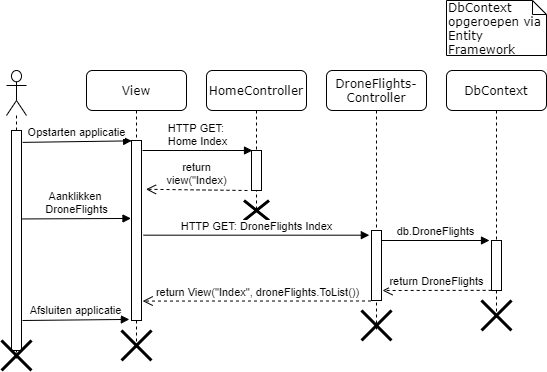
philipkukoba/Bachelors-Dissertation-DroneWebApp keeps this draw.io diagram as documenten/analyseverslag/sequentiediagram/sequentiediagram_1.png. Above is the earlier version. Source tidied: cells renumbered, new cells last; positions are measured from the earlier drawing's top-left corner, leaving out a move shared by most shapes. The source it was exported from:
```xml
<mxGraphModel background="#ffffff">
  <root>
    <mxCell id="0" />
    <mxCell id="1" parent="0" />
    <mxCell id="2" value="View" style="shape=umlLifeline;perimeter=lifelinePerimeter;whiteSpace=wrap;html=1;rounded=1;shadow=0;comic=0;labelBackgroundColor=none;strokeWidth=1;fontFamily=Verdana;fontSize=12;align=center;" parent="1" vertex="1">
      <mxGeometry x="85" y="70" width="100" height="280" as="geometry" />
    </mxCell>
    <mxCell id="3" style="html=1;points=[];perimeter=orthogonalPerimeter;" parent="2" vertex="1">
      <mxGeometry x="45" y="70" width="10" height="180" as="geometry" />
    </mxCell>
    <mxCell id="4" style="shape=umlDestroy;whiteSpace=wrap;html=1;strokeWidth=3;" parent="2" vertex="1">
      <mxGeometry x="35" y="260" width="30" height="30" as="geometry" />
    </mxCell>
    <mxCell id="5" value="HomeController" style="shape=umlLifeline;perimeter=lifelinePerimeter;whiteSpace=wrap;html=1;rounded=1;shadow=0;comic=0;labelBackgroundColor=none;strokeWidth=1;fontFamily=Verdana;fontSize=12;align=center;" parent="1" vertex="1">
      <mxGeometry x="205" y="70" width="100" height="140" as="geometry" />
    </mxCell>
    <mxCell id="6" style="html=1;points=[];perimeter=orthogonalPerimeter;" parent="5" vertex="1">
      <mxGeometry x="45" y="80" width="10" height="40" as="geometry" />
    </mxCell>
    <mxCell id="7" style="shape=umlDestroy;whiteSpace=wrap;html=1;strokeWidth=3;" parent="5" vertex="1">
      <mxGeometry x="37.5" y="130" width="25" height="20" as="geometry" />
    </mxCell>
    <mxCell id="8" value="DroneFlights-Controller" style="shape=umlLifeline;perimeter=lifelinePerimeter;whiteSpace=wrap;html=1;rounded=1;shadow=0;comic=0;labelBackgroundColor=none;strokeWidth=1;fontFamily=Verdana;fontSize=12;align=center;" parent="1" vertex="1">
      <mxGeometry x="325" y="70" width="100" height="260" as="geometry" />
    </mxCell>
    <mxCell id="9" style="html=1;points=[];perimeter=orthogonalPerimeter;" parent="8" vertex="1">
      <mxGeometry x="45" y="160" width="10" height="70" as="geometry" />
    </mxCell>
    <mxCell id="10" style="shape=umlDestroy;whiteSpace=wrap;html=1;strokeWidth=3;" parent="8" vertex="1">
      <mxGeometry x="35" y="240" width="30" height="30" as="geometry" />
    </mxCell>
    <mxCell id="11" value="DbContext" style="shape=umlLifeline;perimeter=lifelinePerimeter;whiteSpace=wrap;html=1;rounded=1;shadow=0;comic=0;labelBackgroundColor=none;strokeWidth=1;fontFamily=Verdana;fontSize=12;align=center;" parent="1" vertex="1">
      <mxGeometry x="445" y="70" width="100" height="250" as="geometry" />
    </mxCell>
    <mxCell id="12" style="html=1;points=[];perimeter=orthogonalPerimeter;" parent="11" vertex="1">
      <mxGeometry x="45" y="170" width="10" height="50" as="geometry" />
    </mxCell>
    <mxCell id="13" style="shape=umlDestroy;whiteSpace=wrap;html=1;strokeWidth=3;" parent="11" vertex="1">
      <mxGeometry x="35" y="230" width="30" height="30" as="geometry" />
    </mxCell>
    <mxCell id="14" value="DbContext opgeroepen via Entity Framework" style="shape=note;whiteSpace=wrap;html=1;size=14;verticalAlign=top;align=left;spacingTop=-6;rounded=0;shadow=0;comic=0;labelBackgroundColor=none;strokeWidth=1;fontFamily=Verdana;fontSize=12;" parent="1" vertex="1">
      <mxGeometry x="445" width="100" height="55" as="geometry" />
    </mxCell>
    <mxCell id="15" style="shape=umlLifeline;participant=umlActor;perimeter=lifelinePerimeter;whiteSpace=wrap;html=1;verticalAlign=top;spacingTop=36;labelBackgroundColor=#ffffff;size=45;" parent="1" vertex="1">
      <mxGeometry x="5" y="70" width="20" height="290" as="geometry" />
    </mxCell>
    <mxCell id="16" style="html=1;points=[];perimeter=orthogonalPerimeter;" parent="15" vertex="1">
      <mxGeometry x="5" y="60" width="10" height="220" as="geometry" />
    </mxCell>
    <mxCell id="17" value="Opstarten applicatie" style="html=1;verticalAlign=bottom;endArrow=block;exitX=1.117;exitY=0.054;exitDx=0;exitDy=0;exitPerimeter=0;entryX=0.014;entryY=0.002;entryDx=0;entryDy=0;entryPerimeter=0;" parent="1" edge="1" source="16" target="3">
      <mxGeometry relative="1" as="geometry" />
    </mxCell>
    <mxCell id="18" value="HTTP GET: &lt;br&gt;Home Index" style="html=1;verticalAlign=bottom;endArrow=block;entryX=0.1;entryY=0;entryDx=0;entryDy=0;entryPerimeter=0;" parent="1" edge="1" target="6">
      <mxGeometry relative="1" as="geometry">
        <mxPoint x="141" y="150" as="sourcePoint" />
      </mxGeometry>
    </mxCell>
    <mxCell id="19" value="return&lt;br&gt;view(&quot;Index)" style="html=1;verticalAlign=bottom;endArrow=open;dashed=1;endSize=8;exitX=-0.4;exitY=1;exitDx=0;exitDy=0;exitPerimeter=0;entryX=1.45;entryY=0.271;entryDx=0;entryDy=0;entryPerimeter=0;" parent="1" edge="1" source="6" target="3">
      <mxGeometry relative="1" as="geometry" />
    </mxCell>
    <mxCell id="20" value="Aanklikken &lt;br&gt;DroneFlights" style="html=1;verticalAlign=bottom;endArrow=block;exitX=1.1;exitY=0.402;exitDx=0;exitDy=0;exitPerimeter=0;entryX=-0.05;entryY=0.433;entryDx=0;entryDy=0;entryPerimeter=0;" parent="1" edge="1" source="16" target="3">
      <mxGeometry relative="1" as="geometry" />
    </mxCell>
    <mxCell id="21" value="HTTP GET: DroneFlights Index" style="html=1;verticalAlign=bottom;endArrow=block;exitX=1.2;exitY=0.526;exitDx=0;exitDy=0;exitPerimeter=0;entryX=-0.217;entryY=0.067;entryDx=0;entryDy=0;entryPerimeter=0;" parent="1" edge="1" source="3" target="9">
      <mxGeometry relative="1" as="geometry" />
    </mxCell>
    <mxCell id="22" value="db.DroneFlights" style="html=1;verticalAlign=bottom;endArrow=block;entryX=-0.2;entryY=0;entryDx=0;entryDy=0;entryPerimeter=0;" parent="1" edge="1" target="12">
      <mxGeometry relative="1" as="geometry">
        <mxPoint x="380" y="240" as="sourcePoint" />
      </mxGeometry>
    </mxCell>
    <mxCell id="23" value="return DroneFlights" style="html=1;verticalAlign=bottom;endArrow=open;dashed=1;endSize=8;exitX=0.014;exitY=0.997;exitDx=0;exitDy=0;exitPerimeter=0;entryX=1.1;entryY=0.857;entryDx=0;entryDy=0;entryPerimeter=0;" parent="1" edge="1" source="12" target="9">
      <mxGeometry relative="1" as="geometry" />
    </mxCell>
    <mxCell id="24" value="return View(&quot;Index&quot;, droneFlights.ToList())" style="html=1;verticalAlign=bottom;endArrow=open;dashed=1;endSize=8;exitX=-0.05;exitY=1.007;exitDx=0;exitDy=0;exitPerimeter=0;entryX=1.117;entryY=0.892;entryDx=0;entryDy=0;entryPerimeter=0;" parent="1" edge="1" source="9" target="3">
      <mxGeometry relative="1" as="geometry" />
    </mxCell>
    <mxCell id="25" value="Afsluiten applicatie" style="html=1;verticalAlign=bottom;endArrow=block;entryX=-0.217;entryY=0.994;entryDx=0;entryDy=0;entryPerimeter=0;" parent="1" edge="1" target="3">
      <mxGeometry relative="1" as="geometry">
        <mxPoint x="21" y="320" as="sourcePoint" />
      </mxGeometry>
    </mxCell>
    <mxCell id="26" style="shape=umlDestroy;whiteSpace=wrap;html=1;strokeWidth=3;" parent="1" vertex="1">
      <mxGeometry y="340" width="30" height="30" as="geometry" />
    </mxCell>
  </root>
</mxGraphModel>
```
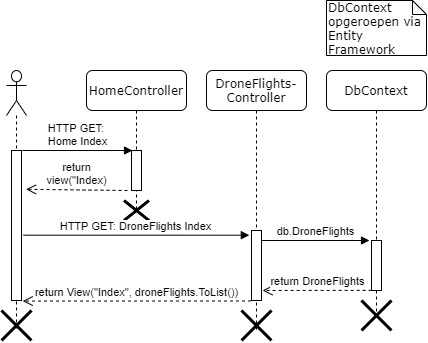
Later version of the same file.

Diff of the diagram source:
```diff
@@ -2,15 +2,6 @@
   <root>
     <mxCell id="0" />
     <mxCell id="1" parent="0" />
-    <mxCell id="2" value="View" style="shape=umlLifeline;perimeter=lifelinePerimeter;whiteSpace=wrap;html=1;rounded=1;shadow=0;comic=0;labelBackgroundColor=none;strokeWidth=1;fontFamily=Verdana;fontSize=12;align=center;" parent="1" vertex="1">
-      <mxGeometry x="85" y="70" width="100" height="280" as="geometry" />
-    </mxCell>
-    <mxCell id="3" style="html=1;points=[];perimeter=orthogonalPerimeter;" parent="2" vertex="1">
-      <mxGeometry x="45" y="70" width="10" height="180" as="geometry" />
-    </mxCell>
-    <mxCell id="4" style="shape=umlDestroy;whiteSpace=wrap;html=1;strokeWidth=3;" parent="2" vertex="1">
-      <mxGeometry x="35" y="260" width="30" height="30" as="geometry" />
-    </mxCell>
     <mxCell id="5" value="HomeController" style="shape=umlLifeline;perimeter=lifelinePerimeter;whiteSpace=wrap;html=1;rounded=1;shadow=0;comic=0;labelBackgroundColor=none;strokeWidth=1;fontFamily=Verdana;fontSize=12;align=center;" parent="1" vertex="1">
       <mxGeometry x="205" y="70" width="100" height="140" as="geometry" />
     </mxCell>
@@ -42,27 +33,25 @@
       <mxGeometry x="445" width="100" height="55" as="geometry" />
     </mxCell>
     <mxCell id="15" style="shape=umlLifeline;participant=umlActor;perimeter=lifelinePerimeter;whiteSpace=wrap;html=1;verticalAlign=top;spacingTop=36;labelBackgroundColor=#ffffff;size=45;" parent="1" vertex="1">
-      <mxGeometry x="5" y="70" width="20" height="290" as="geometry" />
+      <mxGeometry x="125" y="70" width="20" height="260" as="geometry" />
     </mxCell>
     <mxCell id="16" style="html=1;points=[];perimeter=orthogonalPerimeter;" parent="15" vertex="1">
-      <mxGeometry x="5" y="60" width="10" height="220" as="geometry" />
+      <mxGeometry x="5" y="80" width="10" height="150" as="geometry" />
     </mxCell>
-    <mxCell id="17" value="Opstarten applicatie" style="html=1;verticalAlign=bottom;endArrow=block;exitX=1.117;exitY=0.054;exitDx=0;exitDy=0;exitPerimeter=0;entryX=0.014;entryY=0.002;entryDx=0;entryDy=0;entryPerimeter=0;" parent="1" edge="1" source="16" target="3">
-      <mxGeometry relative="1" as="geometry" />
-    </mxCell>
     <mxCell id="18" value="HTTP GET: &lt;br&gt;Home Index" style="html=1;verticalAlign=bottom;endArrow=block;entryX=0.1;entryY=0;entryDx=0;entryDy=0;entryPerimeter=0;" parent="1" edge="1" target="6">
       <mxGeometry relative="1" as="geometry">
         <mxPoint x="141" y="150" as="sourcePoint" />
       </mxGeometry>
     </mxCell>
-    <mxCell id="19" value="return&lt;br&gt;view(&quot;Index)" style="html=1;verticalAlign=bottom;endArrow=open;dashed=1;endSize=8;exitX=-0.4;exitY=1;exitDx=0;exitDy=0;exitPerimeter=0;entryX=1.45;entryY=0.271;entryDx=0;entryDy=0;entryPerimeter=0;" parent="1" edge="1" source="6" target="3">
-      <mxGeometry relative="1" as="geometry" />
+    <mxCell id="19" value="return&lt;br&gt;view(&quot;Index)" style="html=1;verticalAlign=bottom;endArrow=open;dashed=1;endSize=8;exitX=-0.4;exitY=1;exitDx=0;exitDy=0;exitPerimeter=0;entryX=1.45;entryY=0.271;entryDx=0;entryDy=0;entryPerimeter=0;" parent="1" edge="1" source="6">
+      <mxGeometry relative="1" as="geometry">
+        <mxPoint x="144.5" y="188.8" as="targetPoint" />
+      </mxGeometry>
     </mxCell>
-    <mxCell id="20" value="Aanklikken &lt;br&gt;DroneFlights" style="html=1;verticalAlign=bottom;endArrow=block;exitX=1.1;exitY=0.402;exitDx=0;exitDy=0;exitPerimeter=0;entryX=-0.05;entryY=0.433;entryDx=0;entryDy=0;entryPerimeter=0;" parent="1" edge="1" source="16" target="3">
-      <mxGeometry relative="1" as="geometry" />
-    </mxCell>
-    <mxCell id="21" value="HTTP GET: DroneFlights Index" style="html=1;verticalAlign=bottom;endArrow=block;exitX=1.2;exitY=0.526;exitDx=0;exitDy=0;exitPerimeter=0;entryX=-0.217;entryY=0.067;entryDx=0;entryDy=0;entryPerimeter=0;" parent="1" edge="1" source="3" target="9">
-      <mxGeometry relative="1" as="geometry" />
+    <mxCell id="21" value="HTTP GET: DroneFlights Index" style="html=1;verticalAlign=bottom;endArrow=block;exitX=1.2;exitY=0.526;exitDx=0;exitDy=0;exitPerimeter=0;entryX=-0.217;entryY=0.067;entryDx=0;entryDy=0;entryPerimeter=0;" parent="1" edge="1" target="9">
+      <mxGeometry relative="1" as="geometry">
+        <mxPoint x="142" y="234.7" as="sourcePoint" />
+      </mxGeometry>
     </mxCell>
     <mxCell id="22" value="db.DroneFlights" style="html=1;verticalAlign=bottom;endArrow=block;entryX=-0.2;entryY=0;entryDx=0;entryDy=0;entryPerimeter=0;" parent="1" edge="1" target="12">
       <mxGeometry relative="1" as="geometry">
@@ -72,16 +61,13 @@
     <mxCell id="23" value="return DroneFlights" style="html=1;verticalAlign=bottom;endArrow=open;dashed=1;endSize=8;exitX=0.014;exitY=0.997;exitDx=0;exitDy=0;exitPerimeter=0;entryX=1.1;entryY=0.857;entryDx=0;entryDy=0;entryPerimeter=0;" parent="1" edge="1" source="12" target="9">
       <mxGeometry relative="1" as="geometry" />
     </mxCell>
-    <mxCell id="24" value="return View(&quot;Index&quot;, droneFlights.ToList())" style="html=1;verticalAlign=bottom;endArrow=open;dashed=1;endSize=8;exitX=-0.05;exitY=1.007;exitDx=0;exitDy=0;exitPerimeter=0;entryX=1.117;entryY=0.892;entryDx=0;entryDy=0;entryPerimeter=0;" parent="1" edge="1" source="9" target="3">
-      <mxGeometry relative="1" as="geometry" />
+    <mxCell id="24" value="return View(&quot;Index&quot;, droneFlights.ToList())" style="html=1;verticalAlign=bottom;endArrow=open;dashed=1;endSize=8;exitX=-0.05;exitY=1.007;exitDx=0;exitDy=0;exitPerimeter=0;entryX=1.117;entryY=0.892;entryDx=0;entryDy=0;entryPerimeter=0;" parent="1" edge="1" source="9">
+      <mxGeometry relative="1" as="geometry">
+        <mxPoint x="141.2" y="300.6" as="targetPoint" />
+      </mxGeometry>
     </mxCell>
-    <mxCell id="25" value="Afsluiten applicatie" style="html=1;verticalAlign=bottom;endArrow=block;entryX=-0.217;entryY=0.994;entryDx=0;entryDy=0;entryPerimeter=0;" parent="1" edge="1" target="3">
-      <mxGeometry relative="1" as="geometry">
-        <mxPoint x="21" y="320" as="sourcePoint" />
-      </mxGeometry>
-    </mxCell>
-    <mxCell id="26" style="shape=umlDestroy;whiteSpace=wrap;html=1;strokeWidth=3;" parent="1" vertex="1">
-      <mxGeometry y="340" width="30" height="30" as="geometry" />
-    </mxCell>
+    <mxCell id="27" style="shape=umlDestroy;whiteSpace=wrap;html=1;strokeWidth=3;" parent="1" vertex="1">
+      <mxGeometry x="120" y="310" width="30" height="30" as="geometry" />
+    </mxCell>
   </root>
 </mxGraphModel>
```
